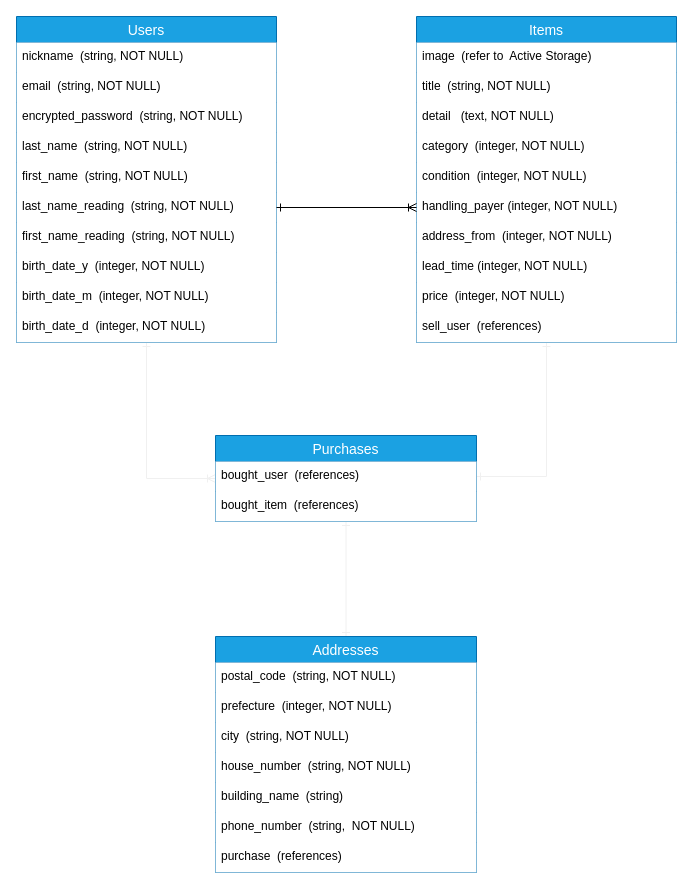
Before: ER.dio in xiangyuzi/furima-36101, a draw.io diagram. Source tidied: cells renumbered, new cells numbered last; positions are measured from the earlier drawing's top-left corner, leaving out a move shared by most shapes. Both pictures are drawn from the tidied source at 100%, with x=0, y=0 at pixel (16, 16).
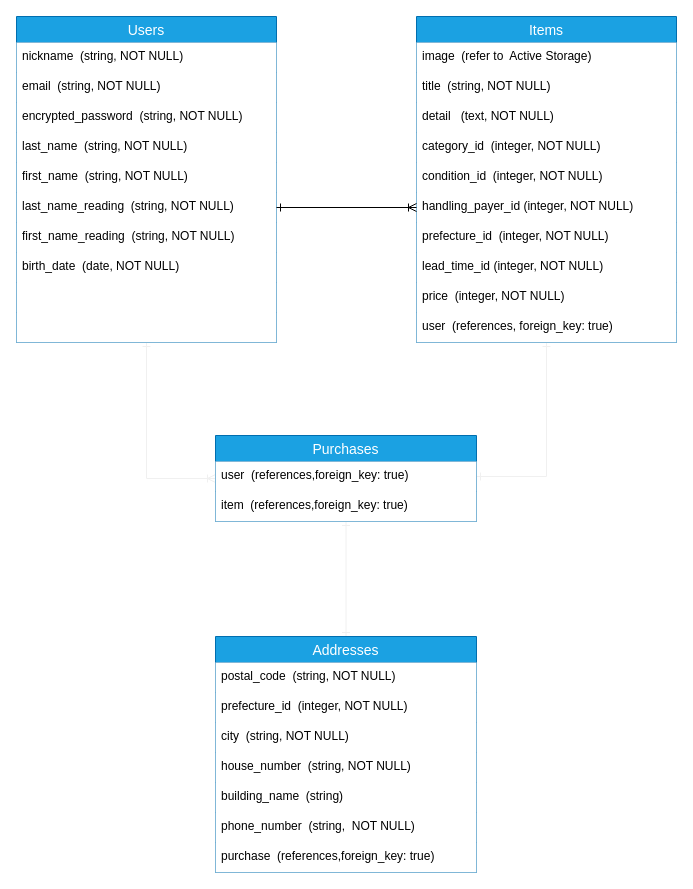
The same page after the edit.

Commit message (it also covers changes not shown here):
コードレビュー修正

The change refers to these unchanged cells:
```xml
<mxCell id="3" value="Users" style="swimlane;fontStyle=0;horizontal=1;startSize=26;align=center;fontSize=14;fillColor=#1ba1e2;strokeColor=#006EAF;fontColor=#ffffff;" parent="1" vertex="1">
  <mxGeometry width="260" height="326" as="geometry" />
</mxCell>
<mxCell id="15" value="Items" style="swimlane;fontStyle=0;horizontal=1;startSize=26;align=center;fontSize=14;fillColor=#1ba1e2;strokeColor=#006EAF;fontColor=#ffffff;" parent="1" vertex="1">
  <mxGeometry x="400" width="260" height="326" as="geometry" />
</mxCell>
<mxCell id="27" value="Purchases" style="swimlane;fontStyle=0;horizontal=1;startSize=26;align=center;fontSize=14;fillColor=#1ba1e2;strokeColor=#006EAF;fontColor=#ffffff;" parent="1" vertex="1">
  <mxGeometry x="199" y="419" width="261" height="86" as="geometry" />
</mxCell>
<mxCell id="30" value="Addresses" style="swimlane;fontStyle=0;horizontal=1;startSize=26;align=center;fontSize=14;fillColor=#1ba1e2;strokeColor=#006EAF;fontColor=#ffffff;" parent="1" vertex="1">
  <mxGeometry x="199" y="620" width="261" height="236" as="geometry" />
</mxCell>
```

The edit, as a diff of the source:
```diff
@@
-    <mxCell id="11" value="birth_date_y  (integer, NOT NULL)" style="text;strokeColor=none;spacingLeft=4;spacingRight=4;overflow=hidden;fontSize=12;fillColor=#FFFFFF;fontColor=#000000;" parent="3" vertex="1">
+    <mxCell id="11" value="birth_date  (date, NOT NULL)" style="text;strokeColor=none;spacingLeft=4;spacingRight=4;overflow=hidden;fontSize=12;fillColor=#FFFFFF;fontColor=#000000;" parent="3" vertex="1">
       <mxGeometry y="236" width="260" height="30" as="geometry" />
     </mxCell>
-    <mxCell id="12" value="birth_date_m  (integer, NOT NULL)" style="text;strokeColor=none;spacingLeft=4;spacingRight=4;overflow=hidden;fontSize=12;fillColor=#FFFFFF;fontColor=#000000;" parent="3" vertex="1">
+    <mxCell id="12" value="  " style="text;strokeColor=none;spacingLeft=4;spacingRight=4;overflow=hidden;fontSize=12;fillColor=#FFFFFF;fontColor=#000000;" parent="3" vertex="1">
       <mxGeometry y="266" width="260" height="30" as="geometry" />
     </mxCell>
-    <mxCell id="13" value="birth_date_d  (integer, NOT NULL)" style="text;strokeColor=none;spacingLeft=4;spacingRight=4;overflow=hidden;fontSize=12;fillColor=#FFFFFF;fontColor=#000000;" parent="3" vertex="1">
+    <mxCell id="13" value="  " style="text;strokeColor=none;spacingLeft=4;spacingRight=4;overflow=hidden;fontSize=12;fillColor=#FFFFFF;fontColor=#000000;" parent="3" vertex="1">
       <mxGeometry y="296" width="260" height="30" as="geometry" />
     </mxCell>
@@
-    <mxCell id="19" value="category  (integer, NOT NULL)" style="text;strokeColor=none;spacingLeft=4;spacingRight=4;overflow=hidden;fontSize=12;fillColor=#FFFFFF;fontColor=#000000;" parent="15" vertex="1">
+    <mxCell id="19" value="category_id  (integer, NOT NULL)" style="text;strokeColor=none;spacingLeft=4;spacingRight=4;overflow=hidden;fontSize=12;fillColor=#FFFFFF;fontColor=#000000;" parent="15" vertex="1">
       <mxGeometry y="116" width="260" height="30" as="geometry" />
     </mxCell>
-    <mxCell id="20" value="condition  (integer, NOT NULL)" style="text;strokeColor=none;spacingLeft=4;spacingRight=4;overflow=hidden;fontSize=12;fillColor=#FFFFFF;fontColor=#000000;" parent="15" vertex="1">
+    <mxCell id="20" value="condition_id  (integer, NOT NULL)" style="text;strokeColor=none;spacingLeft=4;spacingRight=4;overflow=hidden;fontSize=12;fillColor=#FFFFFF;fontColor=#000000;" parent="15" vertex="1">
       <mxGeometry y="146" width="260" height="30" as="geometry" />
     </mxCell>
-    <mxCell id="21" value="handling_payer (integer, NOT NULL)" style="text;strokeColor=none;spacingLeft=4;spacingRight=4;overflow=hidden;points=[[0,0.5],[1,0.5]];portConstraint=eastwest;fontSize=12;fillColor=#FFFFFF;fontColor=#000000;" parent="15" vertex="1">
+    <mxCell id="21" value="handling_payer_id (integer, NOT NULL)" style="text;strokeColor=none;spacingLeft=4;spacingRight=4;overflow=hidden;points=[[0,0.5],[1,0.5]];portConstraint=eastwest;fontSize=12;fillColor=#FFFFFF;fontColor=#000000;" parent="15" vertex="1">
       <mxGeometry y="176" width="260" height="30" as="geometry" />
     </mxCell>
-    <mxCell id="22" value="address_from  (integer, NOT NULL)" style="text;strokeColor=none;spacingLeft=4;spacingRight=4;overflow=hidden;fontSize=12;fillColor=#FFFFFF;fontColor=#000000;" parent="15" vertex="1">
+    <mxCell id="22" value="prefecture_id  (integer, NOT NULL)" style="text;strokeColor=none;spacingLeft=4;spacingRight=4;overflow=hidden;fontSize=12;fillColor=#FFFFFF;fontColor=#000000;" parent="15" vertex="1">
       <mxGeometry y="206" width="260" height="30" as="geometry" />
     </mxCell>
-    <mxCell id="23" value="lead_time (integer, NOT NULL)" style="text;strokeColor=none;spacingLeft=4;spacingRight=4;overflow=hidden;fontSize=12;fillColor=#FFFFFF;fontColor=#000000;" parent="15" vertex="1">
+    <mxCell id="23" value="lead_time_id (integer, NOT NULL)" style="text;strokeColor=none;spacingLeft=4;spacingRight=4;overflow=hidden;fontSize=12;fillColor=#FFFFFF;fontColor=#000000;" parent="15" vertex="1">
       <mxGeometry y="236" width="260" height="30" as="geometry" />
     </mxCell>
@@
-    <mxCell id="25" value="sell_user  (references)" style="text;strokeColor=none;spacingLeft=4;spacingRight=4;overflow=hidden;fontSize=12;fillColor=#FFFFFF;fontColor=#000000;" parent="15" vertex="1">
+    <mxCell id="25" value="user  (references, foreign_key: true)" style="text;strokeColor=none;spacingLeft=4;spacingRight=4;overflow=hidden;fontSize=12;fillColor=#FFFFFF;fontColor=#000000;" parent="15" vertex="1">
       <mxGeometry y="296" width="260" height="30" as="geometry" />
     </mxCell>
@@
-    <mxCell id="28" value="bought_user  (references)" style="text;strokeColor=none;spacingLeft=4;spacingRight=4;overflow=hidden;points=[[0,0.5],[1,0.5]];portConstraint=eastwest;fontSize=12;fillColor=#FFFFFF;fontColor=#000000;" parent="27" vertex="1">
+    <mxCell id="28" value="user  (references,foreign_key: true)" style="text;strokeColor=none;spacingLeft=4;spacingRight=4;overflow=hidden;points=[[0,0.5],[1,0.5]];portConstraint=eastwest;fontSize=12;fillColor=#FFFFFF;fontColor=#000000;" parent="27" vertex="1">
       <mxGeometry y="26" width="261" height="30" as="geometry" />
     </mxCell>
-    <mxCell id="29" value="bought_item  (references)" style="text;strokeColor=none;spacingLeft=4;spacingRight=4;overflow=hidden;fontSize=12;fillColor=#FFFFFF;fontColor=#000000;" parent="27" vertex="1">
+    <mxCell id="29" value="item  (references,foreign_key: true)" style="text;strokeColor=none;spacingLeft=4;spacingRight=4;overflow=hidden;fontSize=12;fillColor=#FFFFFF;fontColor=#000000;" parent="27" vertex="1">
       <mxGeometry y="56" width="261" height="30" as="geometry" />
     </mxCell>
@@
-    <mxCell id="32" value="prefecture  (integer, NOT NULL)" style="text;strokeColor=none;spacingLeft=4;spacingRight=4;overflow=hidden;fontSize=12;fillColor=#FFFFFF;fontColor=#000000;" parent="30" vertex="1">
+    <mxCell id="32" value="prefecture_id  (integer, NOT NULL)" style="text;strokeColor=none;spacingLeft=4;spacingRight=4;overflow=hidden;fontSize=12;fillColor=#FFFFFF;fontColor=#000000;" parent="30" vertex="1">
       <mxGeometry y="56" width="261" height="30" as="geometry" />
     </mxCell>
@@
-    <mxCell id="37" value="purchase  (references)" style="text;strokeColor=none;spacingLeft=4;spacingRight=4;overflow=hidden;fontSize=12;fillColor=#FFFFFF;fontColor=#000000;" parent="30" vertex="1">
+    <mxCell id="37" value="purchase  (references,foreign_key: true)" style="text;strokeColor=none;spacingLeft=4;spacingRight=4;overflow=hidden;fontSize=12;fillColor=#FFFFFF;fontColor=#000000;" parent="30" vertex="1">
       <mxGeometry y="206" width="261" height="30" as="geometry" />
     </mxCell>
```
